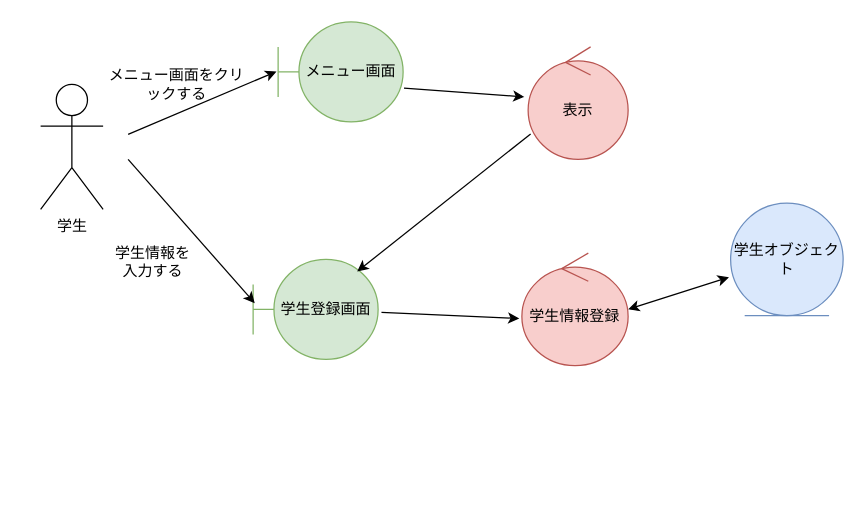
Earlier version of the draw.io diagram 05_web_ronbun/analysis.drawio (syouya2236/ohara_uml). Source tidied: cells renumbered, new cells numbered last; positions are measured from the earlier drawing's top-left corner, leaving out a move shared by most shapes. Both pictures are drawn from the tidied source at 125%, with x=0, y=0 at pixel (40, 21).
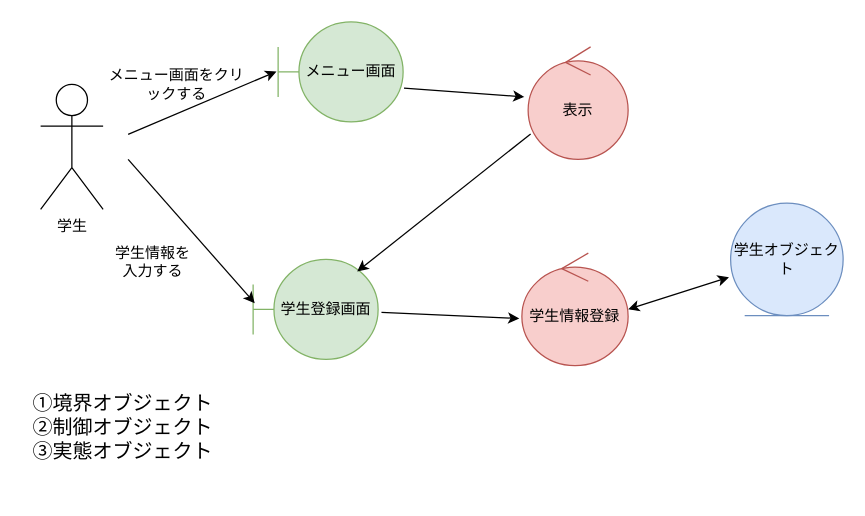
Above is the later version.

The edit, as a diff of the source:
```diff
@@
 <mxGraphModel>
   <root>
     <mxCell id="0" />
     <mxCell id="1" parent="0" />
     <mxCell id="2" value="学生" style="shape=umlActor;verticalLabelPosition=bottom;verticalAlign=top;html=1;" parent="1" vertex="1">
       <mxGeometry y="50" width="50" height="100" as="geometry" />
     </mxCell>
     <mxCell id="3" value="メニュー画面" style="shape=umlBoundary;whiteSpace=wrap;html=1;fillColor=#d5e8d4;strokeColor=#82b366;" parent="1" vertex="1">
       <mxGeometry x="190" width="100" height="80" as="geometry" />
     </mxCell>
     <mxCell id="4" value="表示" style="ellipse;shape=umlControl;whiteSpace=wrap;html=1;fillColor=#f8cecc;strokeColor=#b85450;" parent="1" vertex="1">
       <mxGeometry x="390" y="20" width="80" height="90" as="geometry" />
     </mxCell>
     <mxCell id="5" value="学生登録画面" style="shape=umlBoundary;whiteSpace=wrap;html=1;fillColor=#d5e8d4;strokeColor=#82b366;" parent="1" vertex="1">
       <mxGeometry x="170" y="190" width="100" height="80" as="geometry" />
     </mxCell>
     <mxCell id="6" value="学生情報登録" style="ellipse;shape=umlControl;whiteSpace=wrap;html=1;fillColor=#f8cecc;strokeColor=#b85450;" parent="1" vertex="1">
       <mxGeometry x="385" y="185" width="85" height="90" as="geometry" />
     </mxCell>
     <mxCell id="7" style="endArrow=classic;html=1;rounded=0;entryX=-0.013;entryY=0.496;entryDx=0;entryDy=0;entryPerimeter=0;" parent="1" edge="1" target="3">
       <mxGeometry relative="1" as="geometry">
         <mxPoint x="70" y="90" as="sourcePoint" />
       </mxGeometry>
     </mxCell>
     <mxCell id="8" value="メニュー画面をクリックする" style="rounded=0;whiteSpace=wrap;html=1;fillColor=none;strokeColor=none;" parent="1" vertex="1">
       <mxGeometry x="49" y="20" width="120" height="60" as="geometry" />
     </mxCell>
     <mxCell id="9" style="endArrow=classic;html=1;rounded=0;exitX=1.007;exitY=0.663;exitDx=0;exitDy=0;exitPerimeter=0;" parent="1" edge="1" source="3">
       <mxGeometry relative="1" as="geometry">
         <mxPoint x="387" y="60" as="targetPoint" />
       </mxGeometry>
     </mxCell>
     <mxCell id="10" style="endArrow=classic;html=1;rounded=0;entryX=0.013;entryY=0.438;entryDx=0;entryDy=0;entryPerimeter=0;" parent="1" edge="1" target="5">
       <mxGeometry relative="1" as="geometry">
         <mxPoint x="70" y="110" as="sourcePoint" />
       </mxGeometry>
     </mxCell>
     <mxCell id="11" value="学生情報を入力する" style="rounded=0;whiteSpace=wrap;html=1;strokeColor=none;fillColor=none;" parent="1" vertex="1">
       <mxGeometry x="55" y="162" width="70" height="60" as="geometry" />
     </mxCell>
     <mxCell id="12" style="endArrow=classic;html=1;rounded=0;exitX=0.025;exitY=0.774;exitDx=0;exitDy=0;exitPerimeter=0;entryX=0.833;entryY=0.121;entryDx=0;entryDy=0;entryPerimeter=0;" parent="1" edge="1" source="4" target="5">
       <mxGeometry relative="1" as="geometry" />
     </mxCell>
     <mxCell id="13" style="endArrow=classic;html=1;rounded=0;exitX=1.027;exitY=0.529;exitDx=0;exitDy=0;exitPerimeter=0;entryX=-0.024;entryY=0.581;entryDx=0;entryDy=0;entryPerimeter=0;" parent="1" edge="1" source="5" target="6">
       <mxGeometry relative="1" as="geometry" />
     </mxCell>
     <mxCell id="14" value="学生オブジェクト" style="ellipse;shape=umlEntity;whiteSpace=wrap;html=1;fillColor=#dae8fc;strokeColor=#6c8ebf;" parent="1" vertex="1">
       <mxGeometry x="552" y="145" width="90" height="90" as="geometry" />
     </mxCell>
     <mxCell id="15" style="endArrow=classic;startArrow=classic;html=1;rounded=0;entryX=-0.015;entryY=0.659;entryDx=0;entryDy=0;entryPerimeter=0;" parent="1" edge="1" target="14">
       <mxGeometry relative="1" as="geometry">
         <mxPoint x="470" y="230" as="sourcePoint" />
       </mxGeometry>
     </mxCell>
+    <mxCell id="16" value="①境界オブジェクト&lt;div&gt;②制御&lt;span style=&quot;color: rgb(0, 0, 0); background-color: transparent;&quot;&gt;オブジェクト&lt;/span&gt;&lt;/div&gt;&lt;div&gt;&lt;span style=&quot;color: rgb(0, 0, 0); background-color: transparent;&quot;&gt;③実態&lt;/span&gt;&lt;span style=&quot;color: rgb(0, 0, 0); background-color: transparent;&quot;&gt;オブジェクト&lt;/span&gt;&lt;/div&gt;" style="rounded=0;whiteSpace=wrap;html=1;fillColor=none;strokeColor=none;fontSize=16;" parent="1" vertex="1">
+      <mxGeometry x="-15" y="269" width="162" height="109" as="geometry" />
+    </mxCell>
   </root>
 </mxGraphModel>
```
